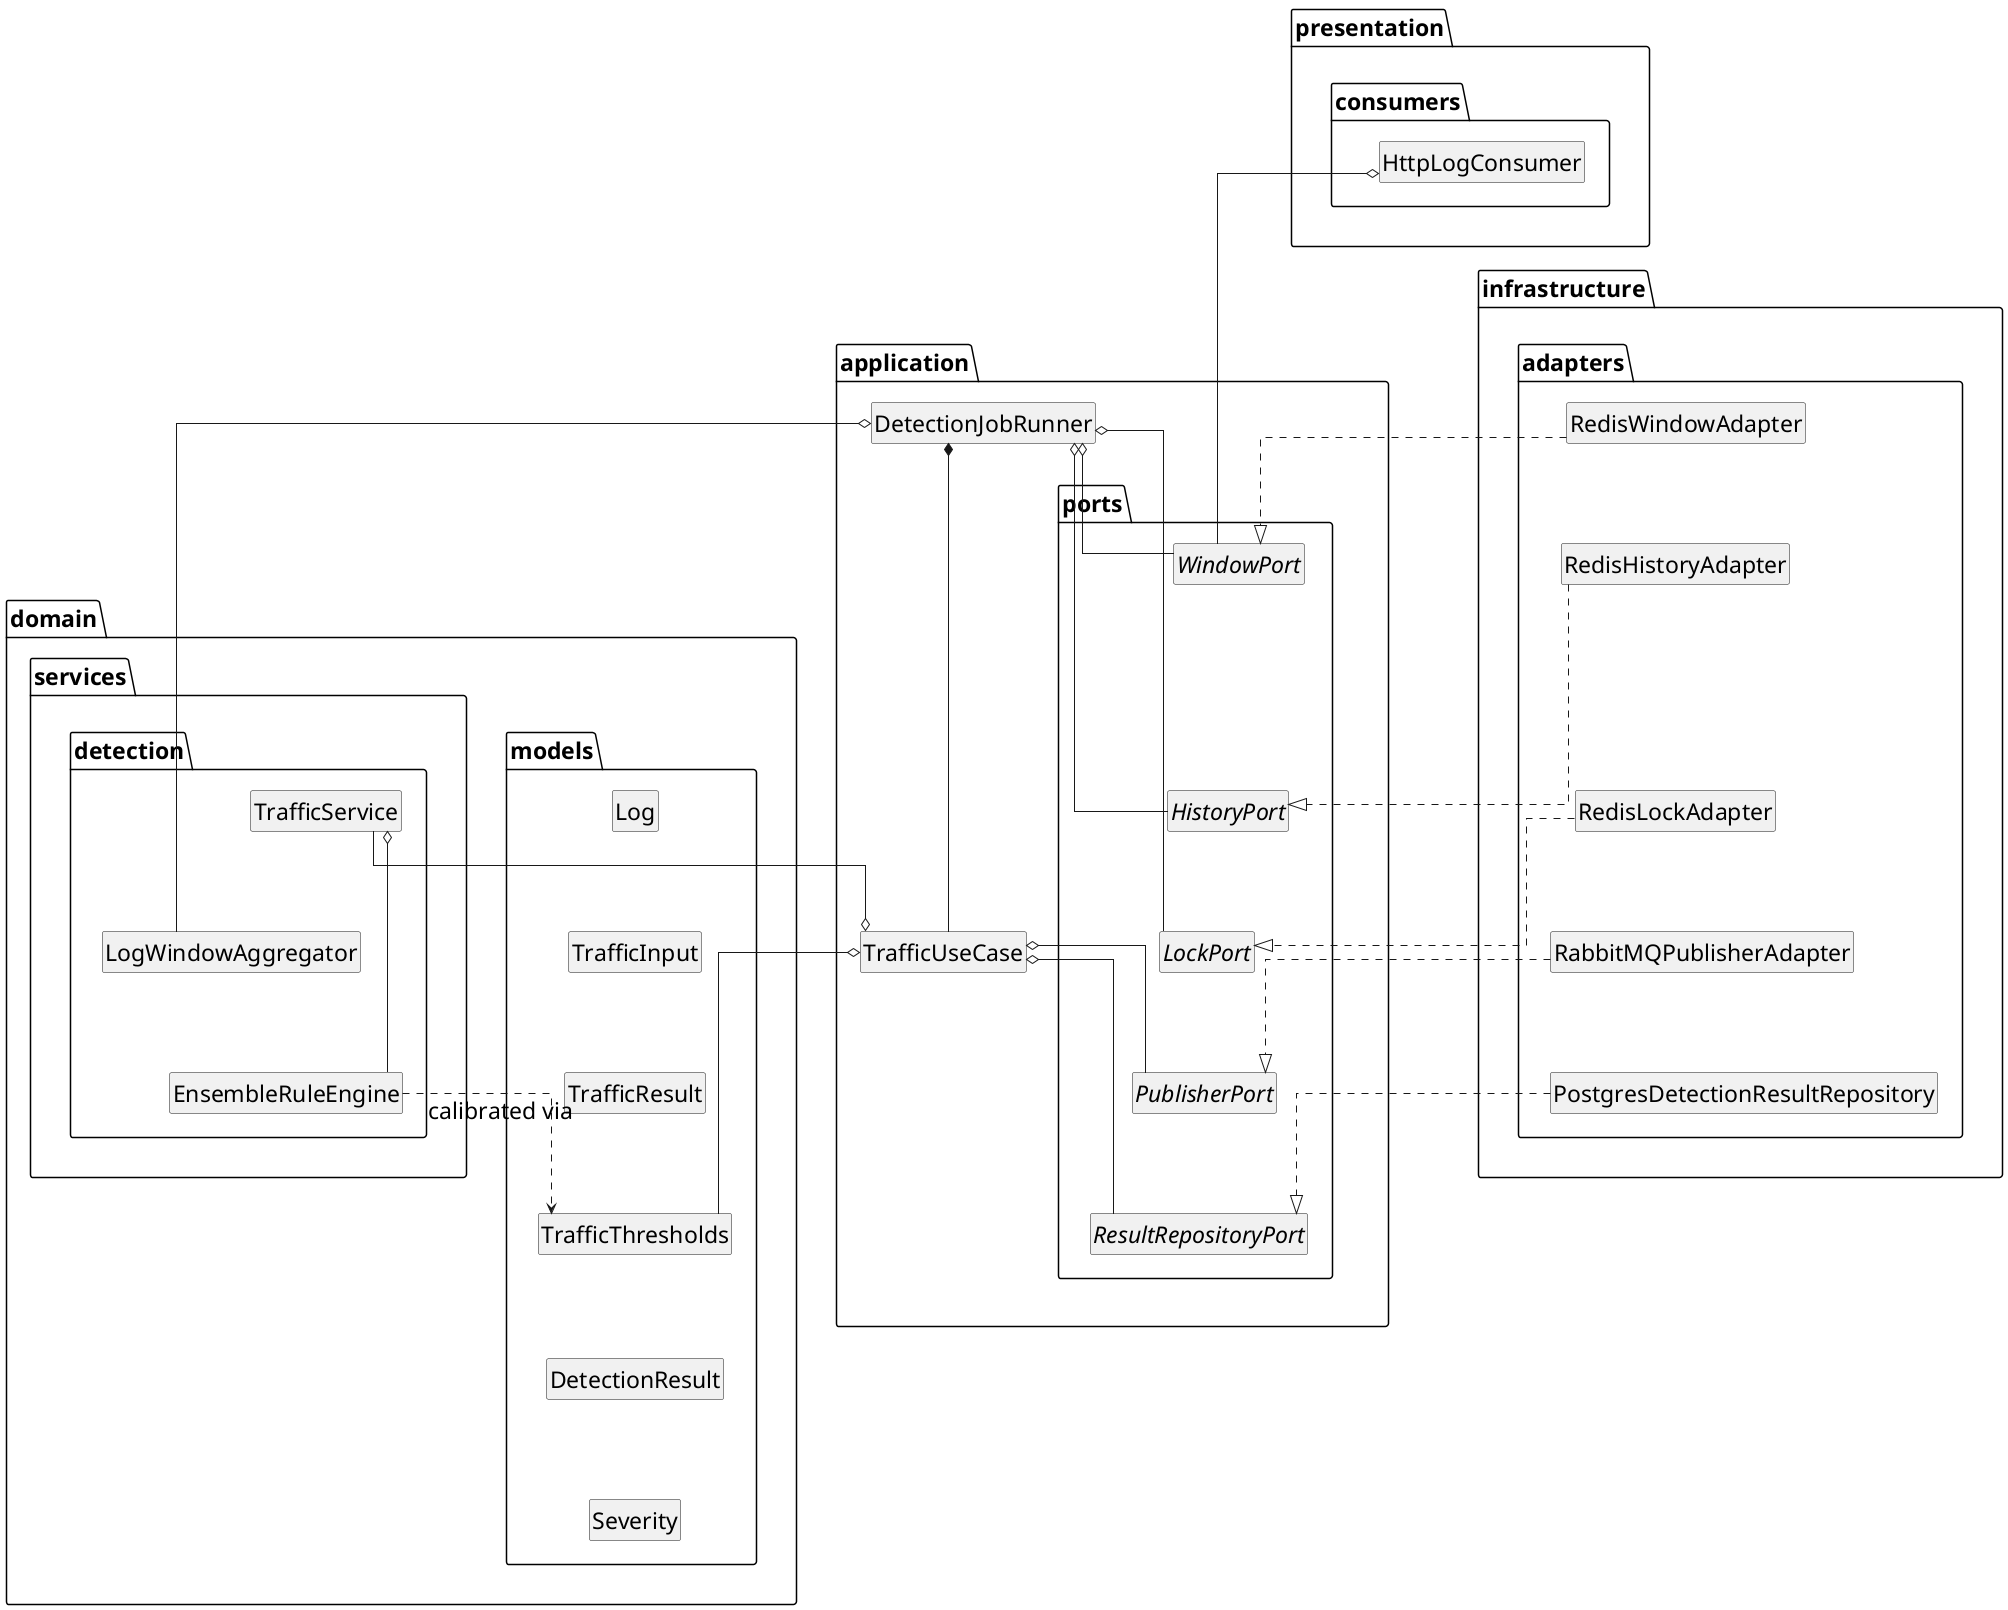
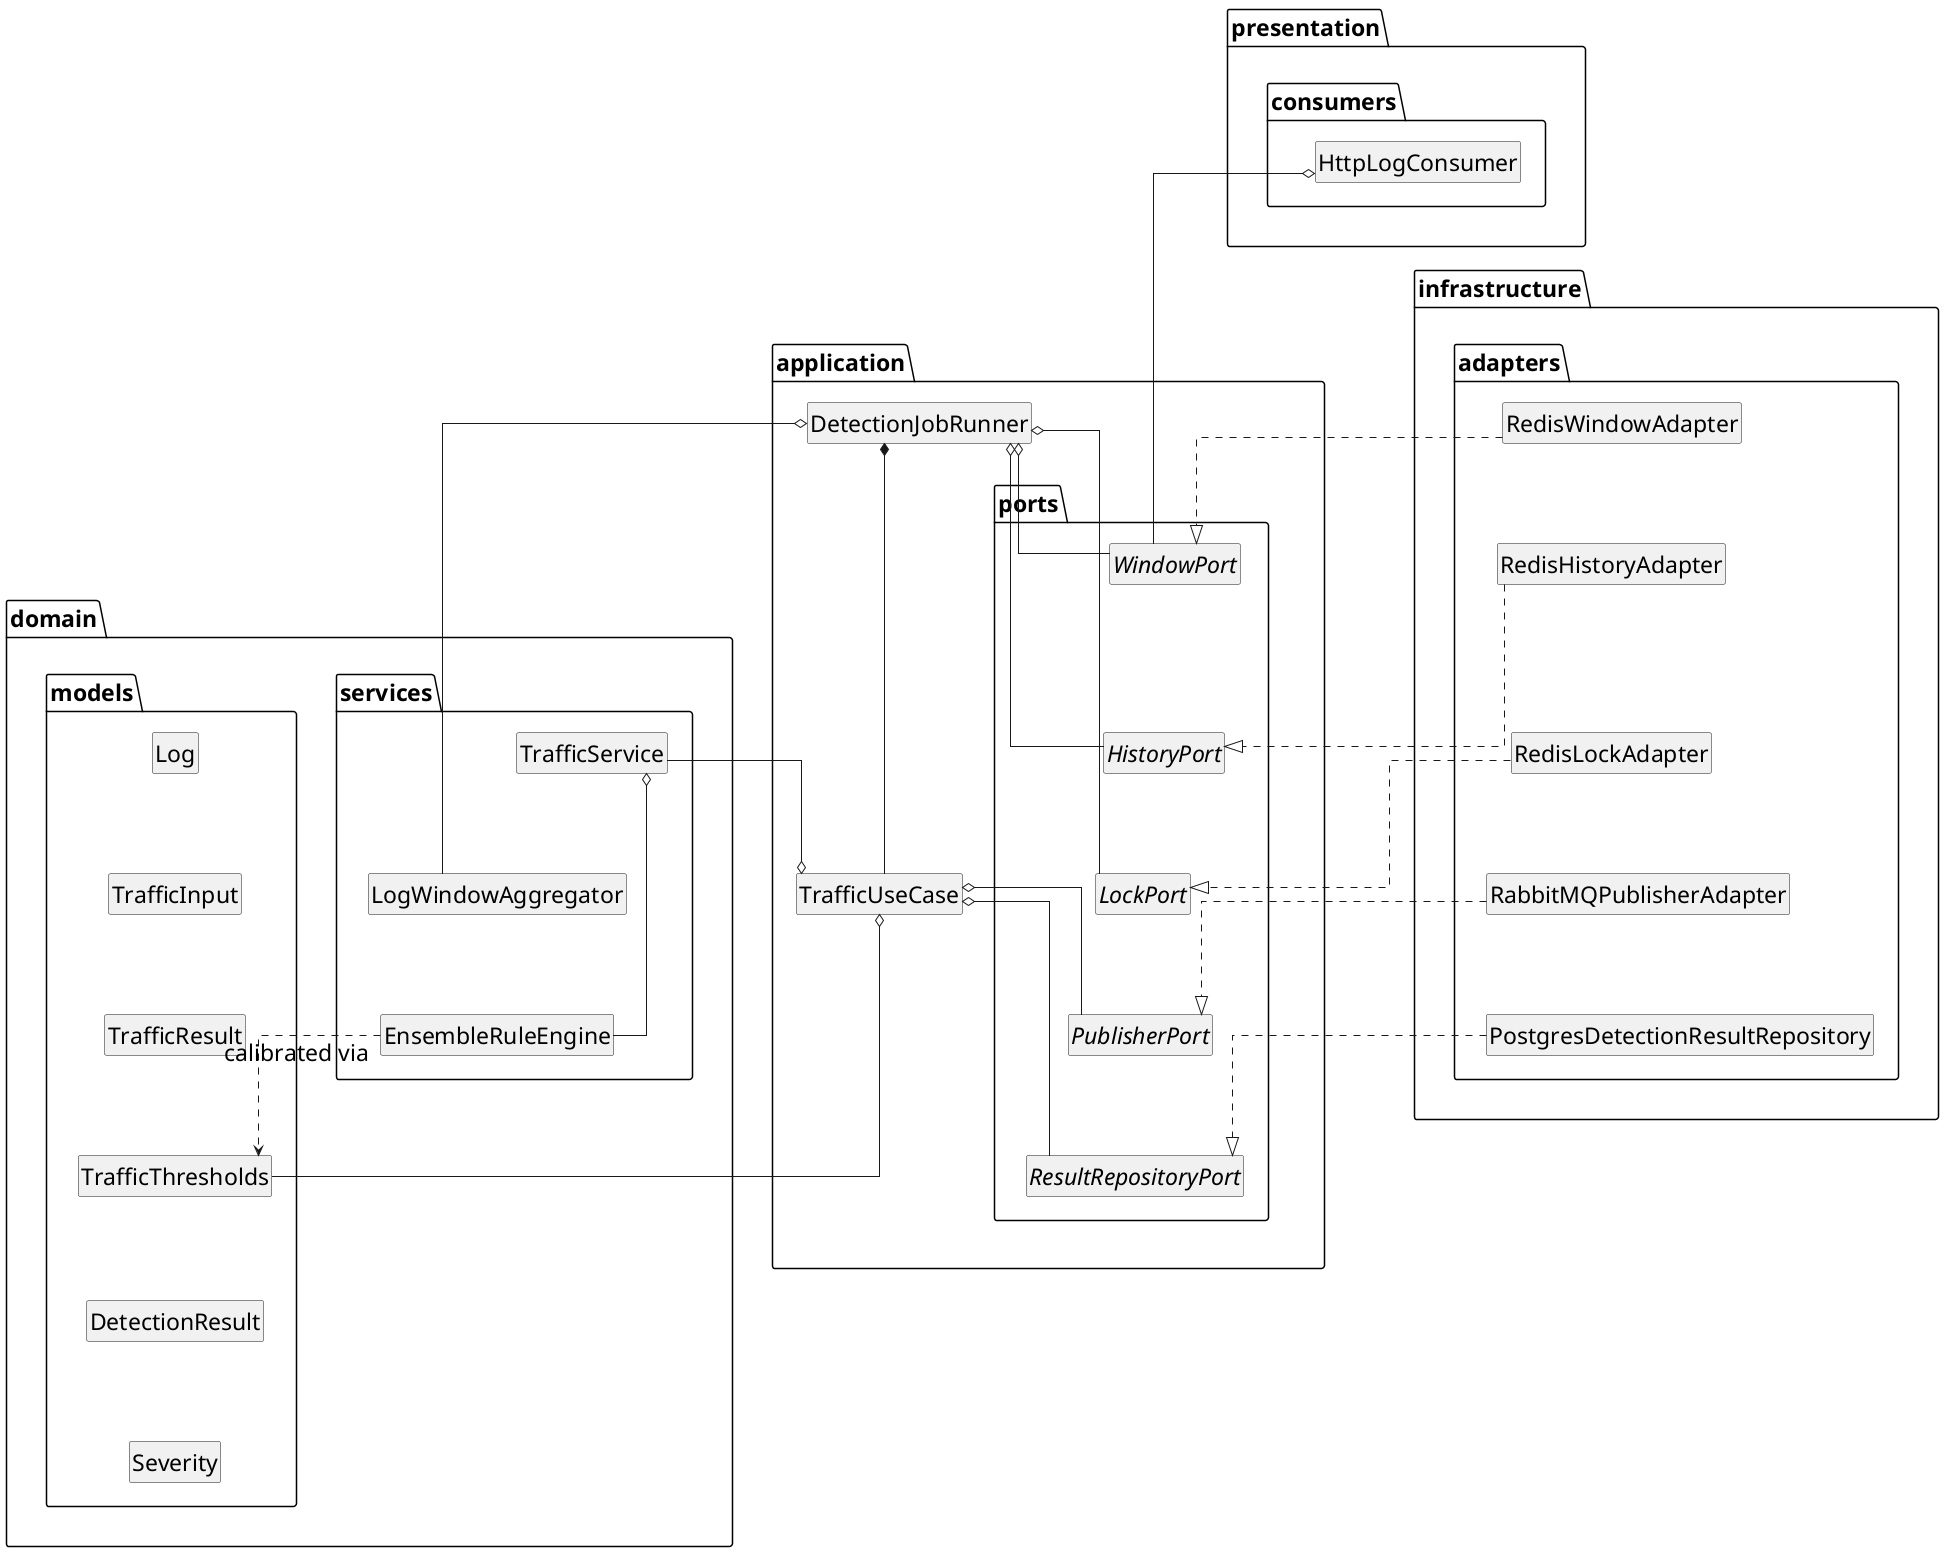
@startuml feature-traffic-spike-uc1
+ ' Note: TrafficService and EnsembleRuleEngine are not classes — both represent
+ ' domain/services/traffic_service.py, a module whose detect() function runs the EMA/
+ ' Z-Score/IQR/Seasonal calculations and weighted-vote aggregation inline (no separate
+ ' EnsembleRuleEngine class exists). Shown as two boxes here only to separate the two
+ ' logical responsibilities (per-detector scoring vs. weighted aggregation).
top to bottom direction

skinparam packageStyle folder
skinparam linetype ortho
skinparam ranksep 100
skinparam nodesep 40
skinparam DefaultFontSize 23

hide circle
hide empty members

together {
  package "presentation.consumers" {
    class HttpLogConsumer
  }
}

together {
  package "application" {
    class DetectionJobRunner
    class TrafficUseCase
  }
}

together {
  package "application.ports" {
    interface WindowPort
    interface HistoryPort
    interface LockPort
    interface PublisherPort
    interface ResultRepositoryPort

    WindowPort -[hidden]down- HistoryPort
    HistoryPort -[hidden]down- LockPort
    LockPort -[hidden]down- PublisherPort
    PublisherPort -[hidden]down- ResultRepositoryPort
  }
}

together {
-   package "domain.services.detection" {
+   package "domain.services" {
    class TrafficService
    class LogWindowAggregator
    class EnsembleRuleEngine

    TrafficService -[hidden]down- LogWindowAggregator
    LogWindowAggregator -[hidden]down- EnsembleRuleEngine
  }

  package "domain.models" {
    class Log
    class TrafficInput
    class TrafficResult
    class TrafficThresholds
    class DetectionResult
    class Severity

    Log -[hidden]down- TrafficInput
    TrafficInput -[hidden]down- TrafficResult
    TrafficResult -[hidden]down- TrafficThresholds
    TrafficThresholds -[hidden]down- DetectionResult
    DetectionResult -[hidden]down- Severity
  }
}

together {
  package "infrastructure.adapters" {
    class RedisWindowAdapter
    class RedisHistoryAdapter
    class RedisLockAdapter
    class RabbitMQPublisherAdapter
    class PostgresDetectionResultRepository

    RedisWindowAdapter -[hidden]down- RedisHistoryAdapter
    RedisHistoryAdapter -[hidden]down- RedisLockAdapter
    RedisLockAdapter -[hidden]down- RabbitMQPublisherAdapter
    RabbitMQPublisherAdapter -[hidden]down- PostgresDetectionResultRepository
  }
}

' ---- Layer Order ----
"presentation.consumers" -[hidden]down- "application"
"application" -[hidden]down- "application.ports"
- "application.ports" -[hidden]down- "domain.services.detection"
- "domain.services.detection" -[hidden]down- "infrastructure.adapters"
+ "application.ports" -[hidden]down- "domain.services"
+ "domain.services" -[hidden]down- "infrastructure.adapters"

- "domain.services.detection" -[hidden]right- "domain.models"
+ "domain.services" -[hidden]right- "domain.models"

' ---- Interactions / Relationships ----
HttpLogConsumer o-- WindowPort

DetectionJobRunner o-- WindowPort
DetectionJobRunner o-- HistoryPort
DetectionJobRunner o-- LockPort
DetectionJobRunner *-- TrafficUseCase
DetectionJobRunner o-- LogWindowAggregator

TrafficUseCase o-- TrafficService
TrafficUseCase o-- PublisherPort
TrafficUseCase o-- ResultRepositoryPort
TrafficUseCase o-- TrafficThresholds

TrafficService o-- EnsembleRuleEngine
EnsembleRuleEngine ..> TrafficThresholds : calibrated via

RedisWindowAdapter ..|> WindowPort
RedisHistoryAdapter ..|> HistoryPort
RedisLockAdapter ..|> LockPort
RabbitMQPublisherAdapter ..|> PublisherPort
PostgresDetectionResultRepository ..|> ResultRepositoryPort

@enduml
